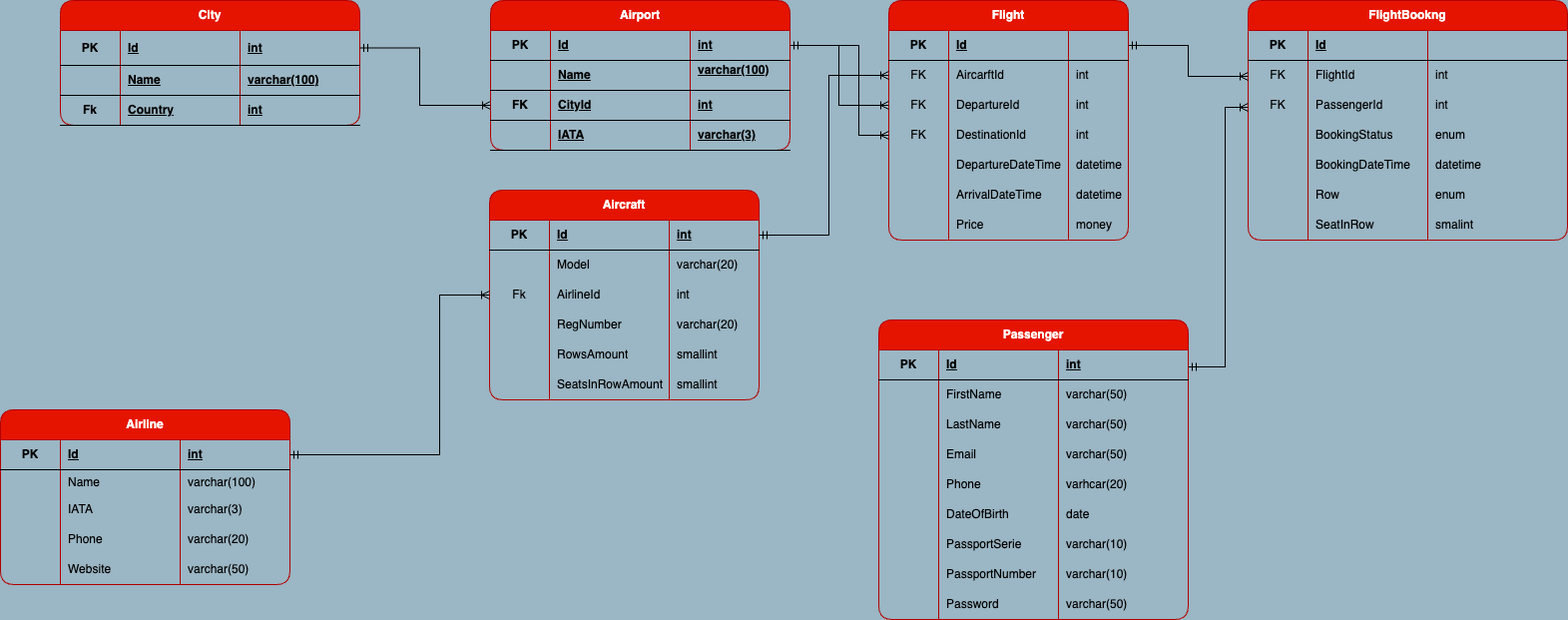
The draw.io diagram ERD/ERD.png in Bagir22/DB-course-work, before a commit. Source tidied: cells renumbered, new cells last; positions are measured from the earlier drawing's top-left corner, leaving out a move shared by most shapes.
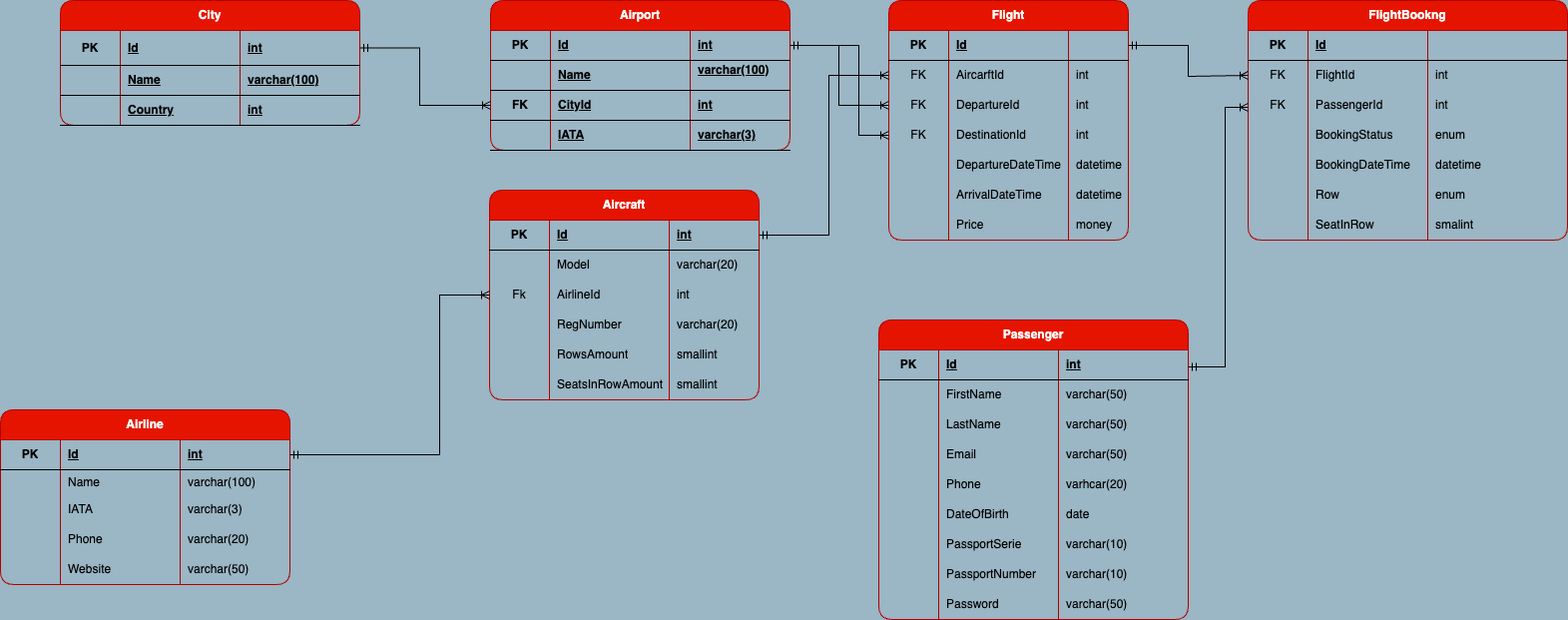
After the change.

Change to the diagram source:
```diff
@@ -32,7 +32,7 @@
     <mxCell id="11" style="shape=tableRow;horizontal=0;startSize=0;swimlaneHead=0;swimlaneBody=0;fillColor=none;top=0;left=0;right=0;bottom=0;html=1;" parent="2" vertex="1">
       <mxGeometry y="95" width="300" height="30" as="geometry" />
     </mxCell>
-    <mxCell id="12" value="Fk" style="shape=partialRectangle;fillColor=none;top=0;left=0;bottom=1;right=0;fontStyle=1;overflow=hidden;html=1;whiteSpace=wrap;" parent="11" vertex="1">
+    <mxCell id="12" style="shape=partialRectangle;fillColor=none;top=0;left=0;bottom=1;right=0;fontStyle=1;overflow=hidden;html=1;whiteSpace=wrap;" parent="11" vertex="1">
       <mxGeometry width="60" height="30" as="geometry" />
     </mxCell>
     <mxCell id="13" value="Country" style="shape=partialRectangle;fillColor=none;top=0;left=0;bottom=1;right=0;align=left;spacingLeft=6;fontStyle=5;overflow=hidden;html=1;whiteSpace=wrap;" parent="11" vertex="1">
```
